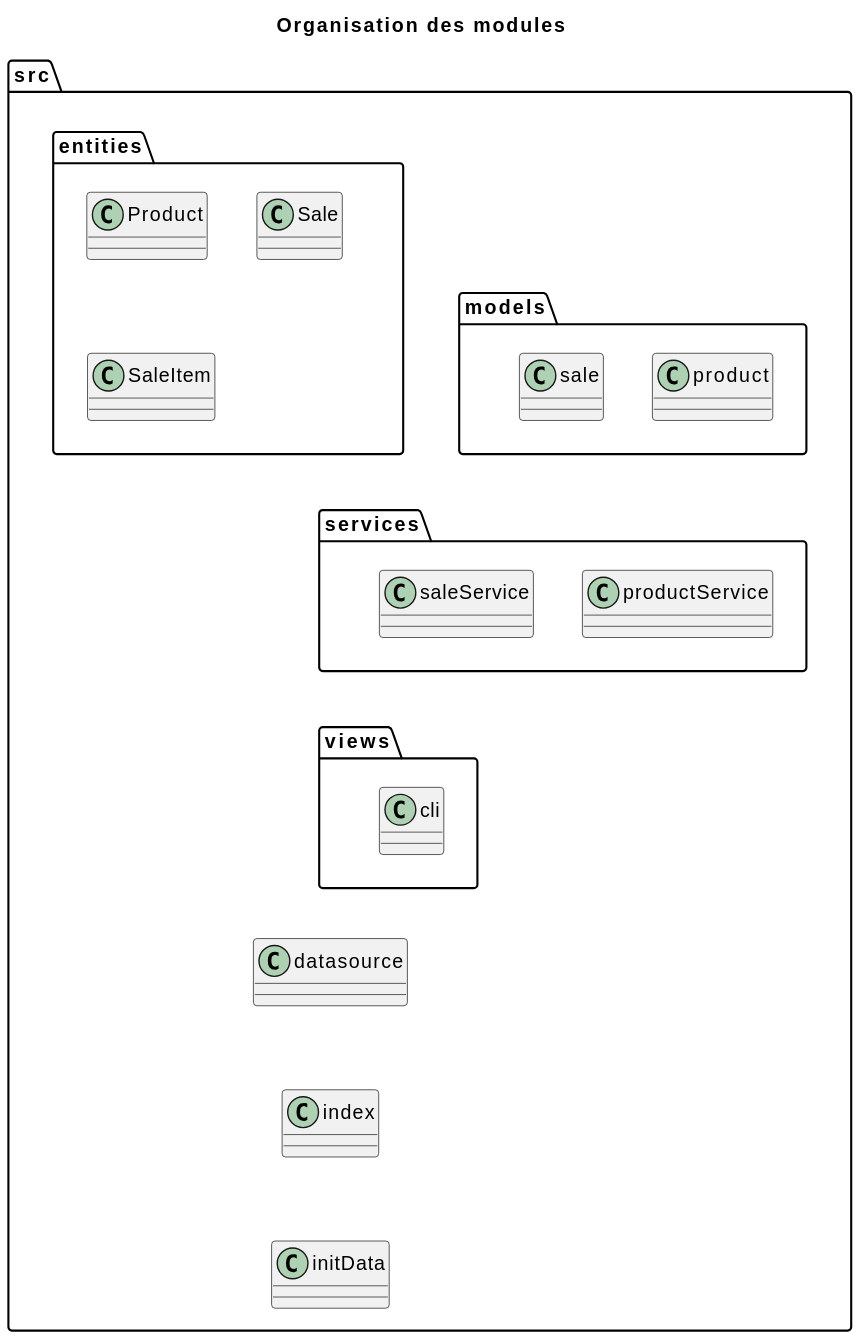
The PlantUML diagram out/docs/development/modules-organisation/modules-organisation.svg in RaphaelMailhiot/LOG430-labo, before a commit.
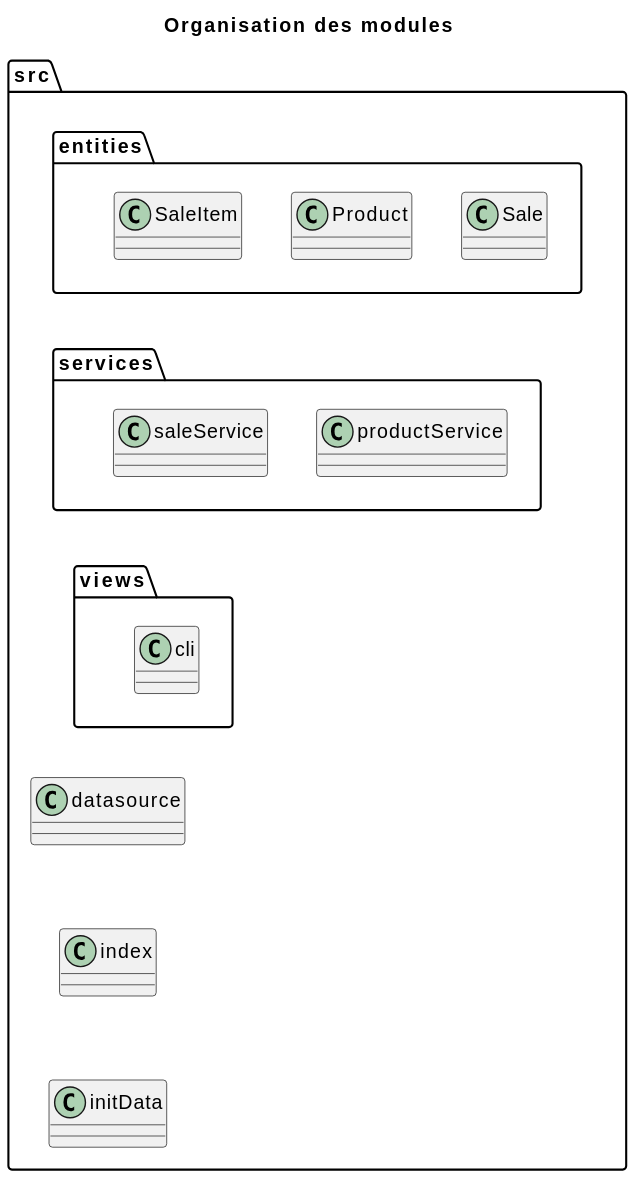
After the commit.

What changed in the source:
```diff
@@ -6,10 +6,6 @@
         class Product
         class Sale
         class SaleItem
-    }
-    package "models" as M {
-        class product
-        class sale
     }
     package "services" as S {
         class productService
@@ -23,8 +19,8 @@
     class initData
 }
 
-E -[hidden]down- M
-M -[hidden]down- S
+Product -[hidden]right- Sale
+E -[hidden]down- S
 S -[hidden]down- V
 V -[hidden]down- datasource
 datasource -[hidden]down- index
```
